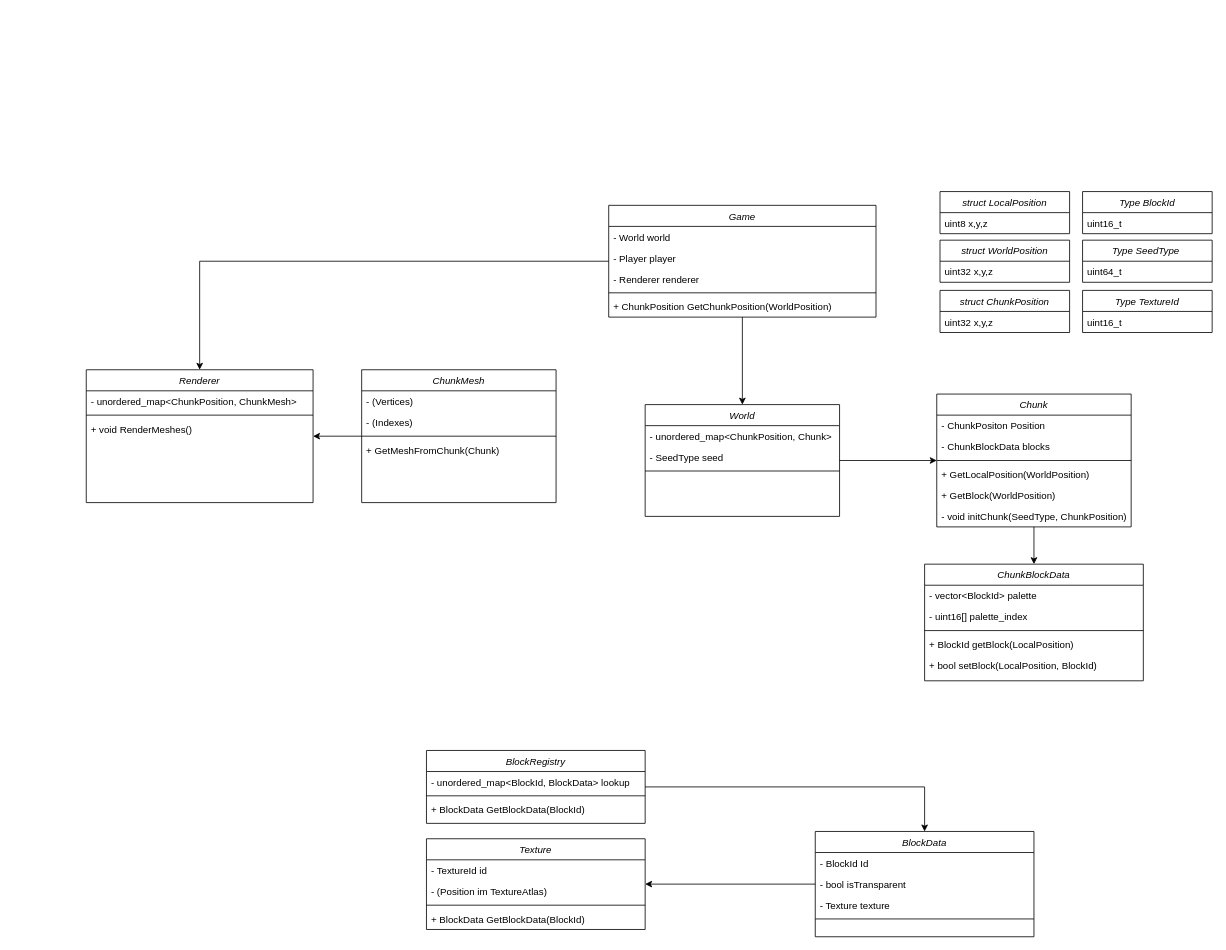
Before: proj.drawio in TDietrich99/TCG-Idle, a draw.io diagram. Source tidied: cells renumbered, new cells numbered last; positions are measured from the earlier drawing's top-left corner, leaving out a move shared by most shapes. Both pictures are drawn from the tidied source at 81%, with x=0, y=0 at pixel (86, 191).
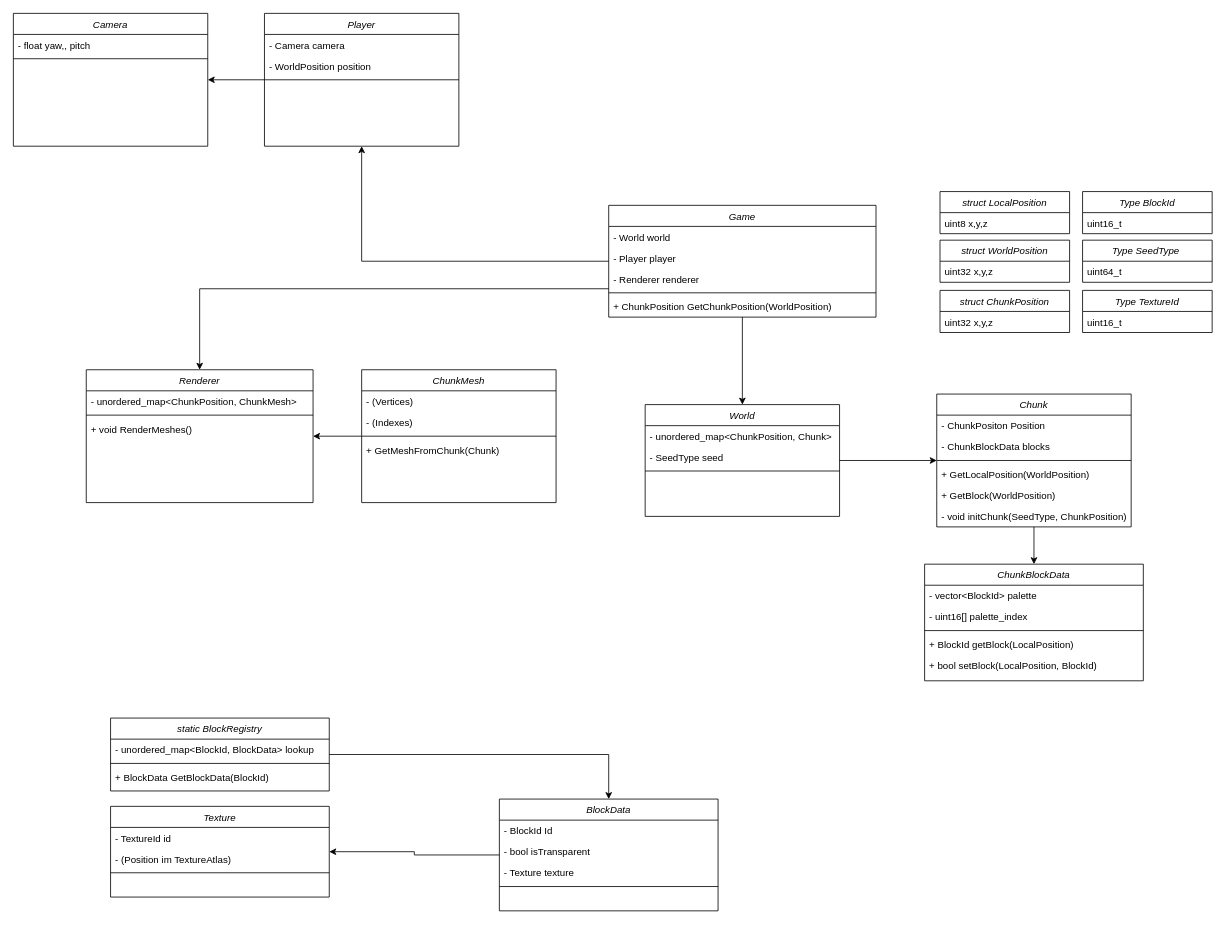
The same page after the edit.

The change refers to these unchanged cells:
```xml
<mxCell id="4" value="Game" style="swimlane;fontStyle=2;align=center;verticalAlign=top;horizontal=1;startSize=26;rounded=0;shadow=0;strokeWidth=1;" parent="1" vertex="1">
  <mxGeometry x="645" y="17" width="330" height="138" as="geometry" />
</mxCell>
<mxCell id="63" value="Renderer" style="swimlane;fontStyle=2;align=center;verticalAlign=top;horizontal=1;startSize=26;rounded=0;shadow=0;strokeWidth=1;" parent="1" vertex="1">
  <mxGeometry y="220" width="280" height="164" as="geometry" />
</mxCell>
```

Change to the diagram source:
```diff
@@
     <mxCell id="3" style="edgeStyle=orthogonalEdgeStyle;rounded=0;jettySize=auto;html=1;" parent="1" edge="1" source="4" target="63">
-      <mxGeometry relative="1" as="geometry" />
+      <mxGeometry relative="1" as="geometry">
+        <Array as="points">
+          <mxPoint x="140" y="120" />
+        </Array>
+      </mxGeometry>
     </mxCell>
+    <mxCell id="67" style="edgeStyle=orthogonalEdgeStyle;rounded=0;jettySize=auto;html=1;" parent="1" edge="1" source="4" target="69">
+      <mxGeometry relative="1" as="geometry" />
+    </mxCell>
@@
     <mxCell id="40" value="BlockData" style="swimlane;fontStyle=2;align=center;verticalAlign=top;horizontal=1;startSize=26;rounded=0;shadow=0;strokeWidth=1;" parent="1" vertex="1">
-      <mxGeometry x="900" y="790" width="270" height="130" as="geometry" />
+      <mxGeometry x="510" y="750" width="270" height="138" as="geometry" />
     </mxCell>
@@
-    <mxCell id="46" value="BlockRegistry" style="swimlane;fontStyle=2;align=center;verticalAlign=top;horizontal=1;startSize=26;rounded=0;shadow=0;strokeWidth=1;" parent="1" vertex="1">
-      <mxGeometry x="420" y="690" width="270" height="90" as="geometry" />
+    <mxCell id="46" value="static BlockRegistry" style="swimlane;fontStyle=2;align=center;verticalAlign=top;horizontal=1;startSize=26;rounded=0;shadow=0;strokeWidth=1;" parent="1" vertex="1">
+      <mxGeometry x="30" y="650" width="270" height="90" as="geometry" />
     </mxCell>
@@
     <mxCell id="50" value="Texture" style="swimlane;fontStyle=2;align=center;verticalAlign=top;horizontal=1;startSize=26;rounded=0;shadow=0;strokeWidth=1;" parent="1" vertex="1">
-      <mxGeometry x="420" y="799" width="270" height="112" as="geometry" />
+      <mxGeometry x="30" y="759" width="270" height="112" as="geometry" />
     </mxCell>
@@
-    <mxCell id="54" value="+ BlockData GetBlockData(BlockId)" style="text;align=left;verticalAlign=top;spacingLeft=4;spacingRight=4;overflow=hidden;" parent="50" vertex="1">
-      <mxGeometry y="86" width="270" height="26" as="geometry" />
-    </mxCell>
@@
+    <mxCell id="68" style="edgeStyle=orthogonalEdgeStyle;rounded=0;jettySize=auto;html=1;" parent="1" edge="1" source="69" target="73">
+      <mxGeometry relative="1" as="geometry" />
+    </mxCell>
+    <mxCell id="69" value="Player" style="swimlane;fontStyle=2;align=center;verticalAlign=top;horizontal=1;startSize=26;rounded=0;shadow=0;strokeWidth=1;" parent="1" vertex="1">
+      <mxGeometry x="220" y="-220" width="240" height="164" as="geometry" />
+    </mxCell>
+    <mxCell id="70" value="- Camera camera" style="text;align=left;verticalAlign=top;spacingLeft=4;spacingRight=4;overflow=hidden;" parent="69" vertex="1">
+      <mxGeometry y="26" width="240" height="26" as="geometry" />
+    </mxCell>
+    <mxCell id="71" value="- WorldPosition position" style="text;align=left;verticalAlign=top;spacingLeft=4;spacingRight=4;overflow=hidden;" parent="69" vertex="1">
+      <mxGeometry y="52" width="240" height="26" as="geometry" />
+    </mxCell>
+    <mxCell id="72" style="line;html=1;strokeWidth=1;align=left;verticalAlign=middle;spacingTop=-1;spacingLeft=3;spacingRight=3;labelPosition=right;" parent="69" vertex="1">
+      <mxGeometry y="78" width="240" height="8" as="geometry" />
+    </mxCell>
+    <mxCell id="73" value="Camera" style="swimlane;fontStyle=2;align=center;verticalAlign=top;horizontal=1;startSize=26;rounded=0;shadow=0;strokeWidth=1;" parent="1" vertex="1">
+      <mxGeometry x="-90" y="-220" width="240" height="164" as="geometry" />
+    </mxCell>
+    <mxCell id="74" value="- float yaw,, pitch" style="text;align=left;verticalAlign=top;spacingLeft=4;spacingRight=4;overflow=hidden;" parent="73" vertex="1">
+      <mxGeometry y="26" width="240" height="26" as="geometry" />
+    </mxCell>
+    <mxCell id="75" style="line;html=1;strokeWidth=1;align=left;verticalAlign=middle;spacingTop=-1;spacingLeft=3;spacingRight=3;labelPosition=right;" parent="73" vertex="1">
+      <mxGeometry y="52" width="240" height="8" as="geometry" />
+    </mxCell>
```
